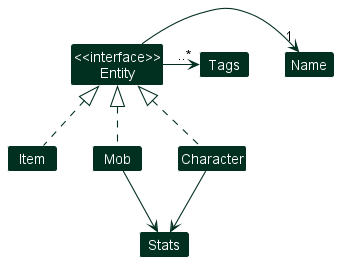
nus-cs2103-AY2223S2/tp keeps this PlantUML diagram as docs/images/RerollEntityClassDiagram.png. Above is the earlier version. Its diagram source:
```plantuml
@startuml
!include style.puml
skinparam arrowThickness 1.1
skinparam arrowColor ENTITY_COLOR
skinparam classBackgroundColor ENTITY_COLOR

Class "<<interface>>\nEntity" as Entity
Class Name
Class Tags
Class Item
Class Mob
Class Character
Class Stats

Entity -R->"1" Name
Entity -R->"..*" Tags

Item .U.|> Entity
Mob .U.|> Entity
Character .U.|> Entity

Mob -D-> Stats
Character -D-> Stats
@enduml
```
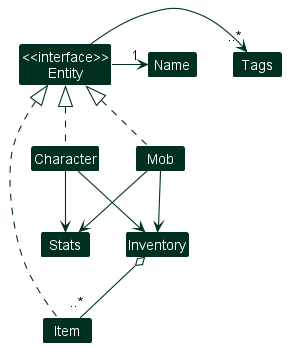
After the commit.

Commit message:
Add entity inventory documentation and update class diagram

Diff of the diagram source:
```diff
@@ -11,6 +11,7 @@
 Class Mob
 Class Character
 Class Stats
+Class Inventory
 
 Entity -R->"1" Name
 Entity -R->"..*" Tags
@@ -21,4 +22,7 @@
 
 Mob -D-> Stats
 Character -D-> Stats
+Character -D-> Inventory
+Mob -D-> Inventory
+Inventory o-- "..*" Item
 @enduml
```
